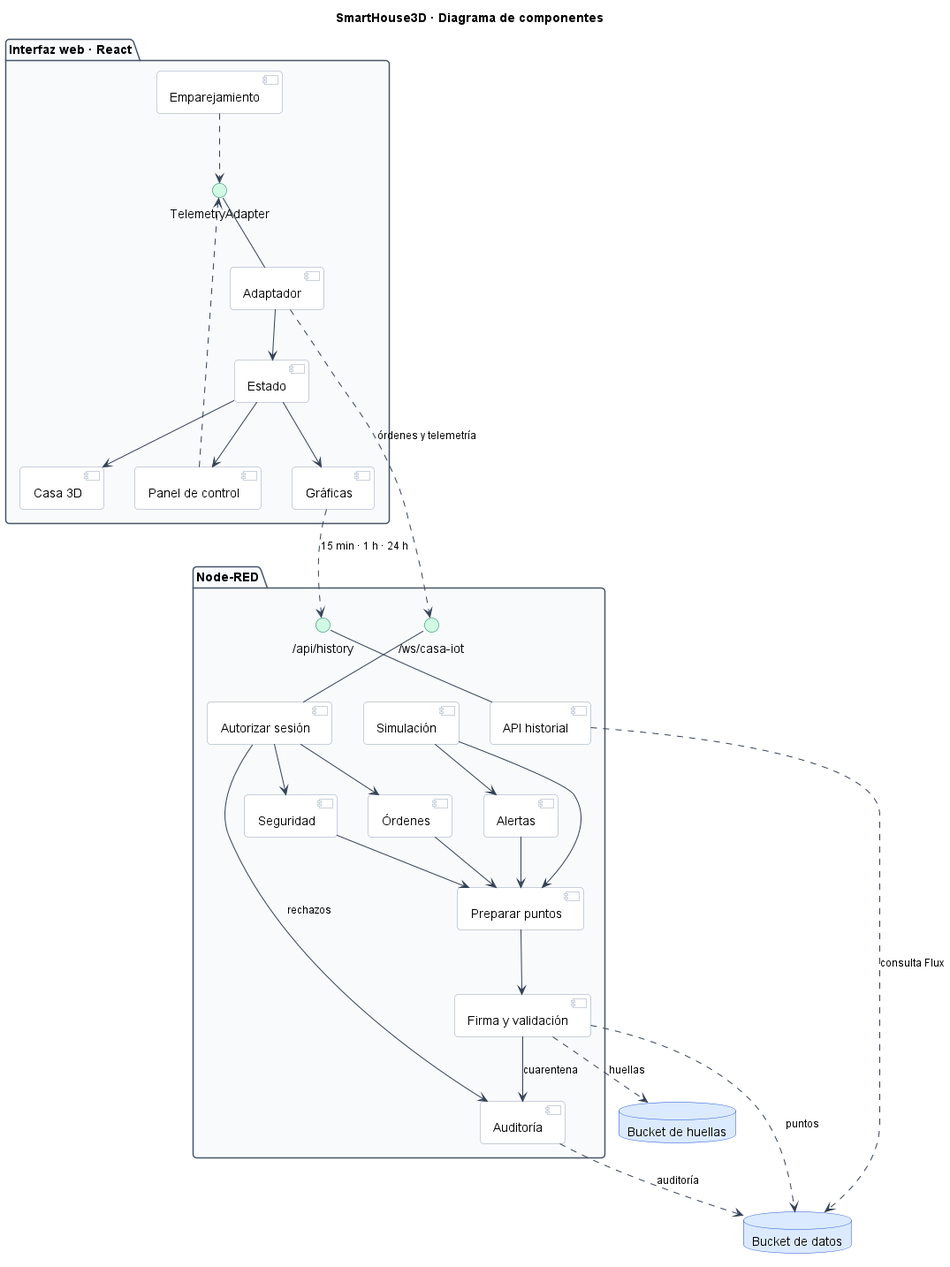
This is docs/diagramas/png/componentes.png from WilderG2004/SmartHouse3D, a PlantUML export, as it was before one commit.
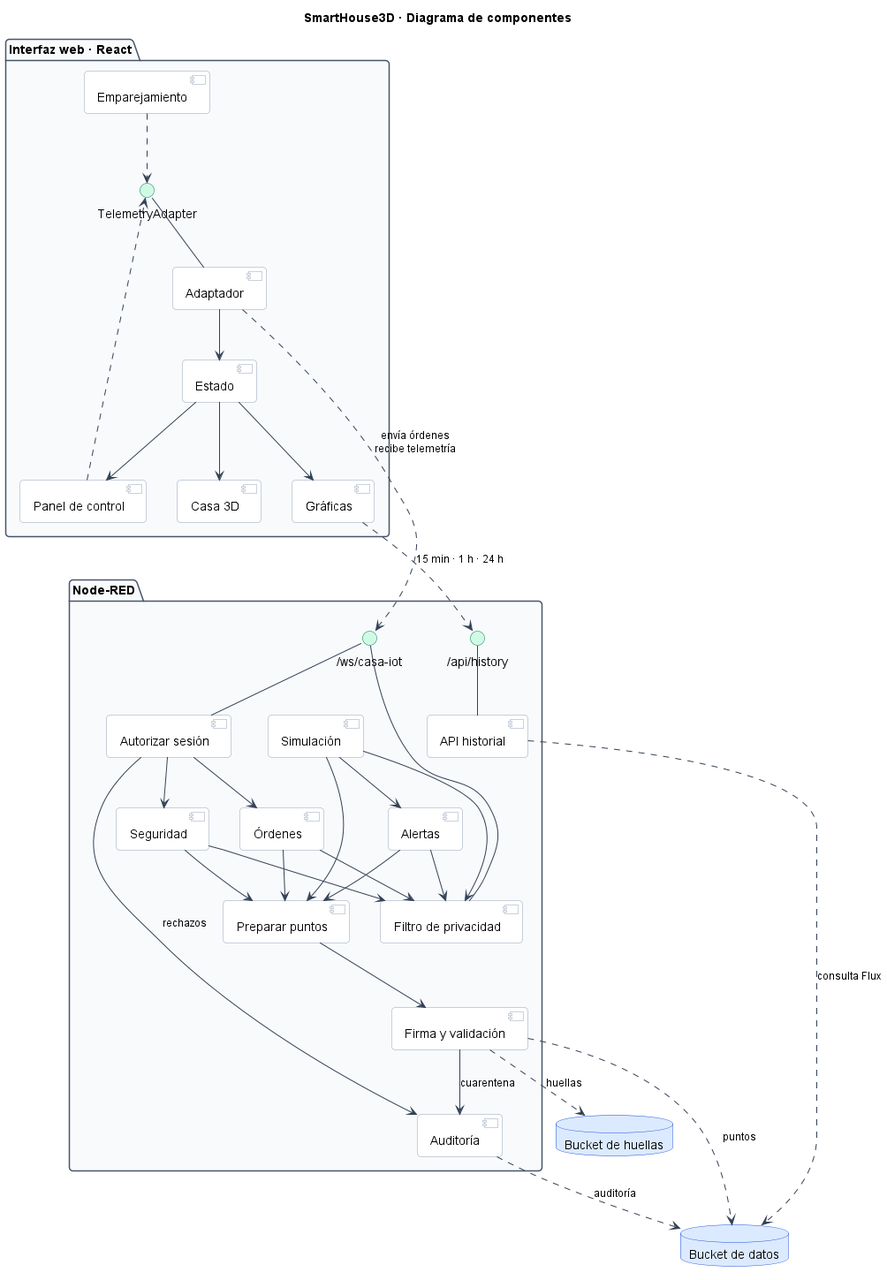
After the change.

Commit message:
Componentes: el camino de vuelta de la telemetria

Faltaba lo que la pantalla muestra todo el rato. El diagrama enseñaba
las ordenes entrando y el historial saliendo, pero no de donde sale la
casa en vivo: luces, temperatura, humo y consumo.

Añade el Filtro de privacidad (97-serializar.js), que recibe lo que
producen ordenes, seguridad, simulacion y alertas y lo publica por
/ws/casa-iot recortado segun el rol de cada sesion. Asi se ve que
Node-RED genera todos los datos y que una pantalla sin emparejar no los
recibe completos.

Diff of the diagram source:
```diff
@@ -52,6 +52,7 @@
   component "Seguridad" as seg
   component "Simulación" as simul
   component "Alertas" as alertas
+  component "Filtro de privacidad" as filtro
   component "Preparar puntos" as prepara
   component "Firma y validación" as valida
   component "Auditoría" as audit
@@ -60,11 +61,16 @@
   interface "/api/history" as IHist
 
   auth -up- IWs
+  filtro -up- IWs
   api -up- IHist
   auth --> ordenes
   auth --> seg
   auth --> audit : "rechazos"
   simul --> alertas
+  ordenes --> filtro
+  seg --> filtro
+  simul --> filtro
+  alertas --> filtro
   ordenes --> prepara
   seg --> prepara
   simul --> prepara
@@ -76,7 +82,7 @@
 database "Bucket de datos" as bdatos
 database "Bucket de huellas" as bhuellas
 
-adaptador ..> IWs : "órdenes y telemetría"
+adaptador ..> IWs : "envía órdenes\nrecibe telemetría"
 graficas ..> IHist : "15 min · 1 h · 24 h"
 valida ..> bdatos : "puntos"
 valida ..> bhuellas : "huellas"
```
